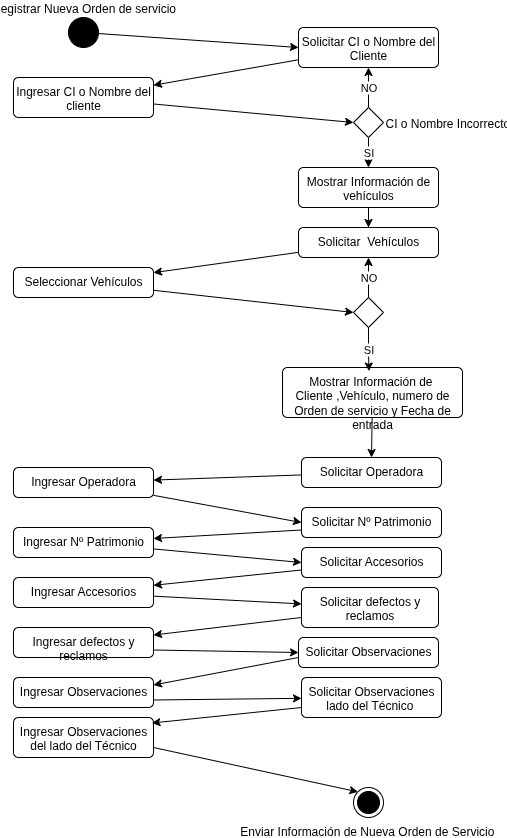
ARCANIK78/-draw-software-architecture keeps this draw.io diagram as SWGT/Diagramde actividaes/3/actividadesOrdenServicio.drawio.png. Above is the earlier version. Source tidied: cells renumbered, new cells last; positions are measured from the earlier drawing's top-left corner, leaving out a move shared by most shapes.
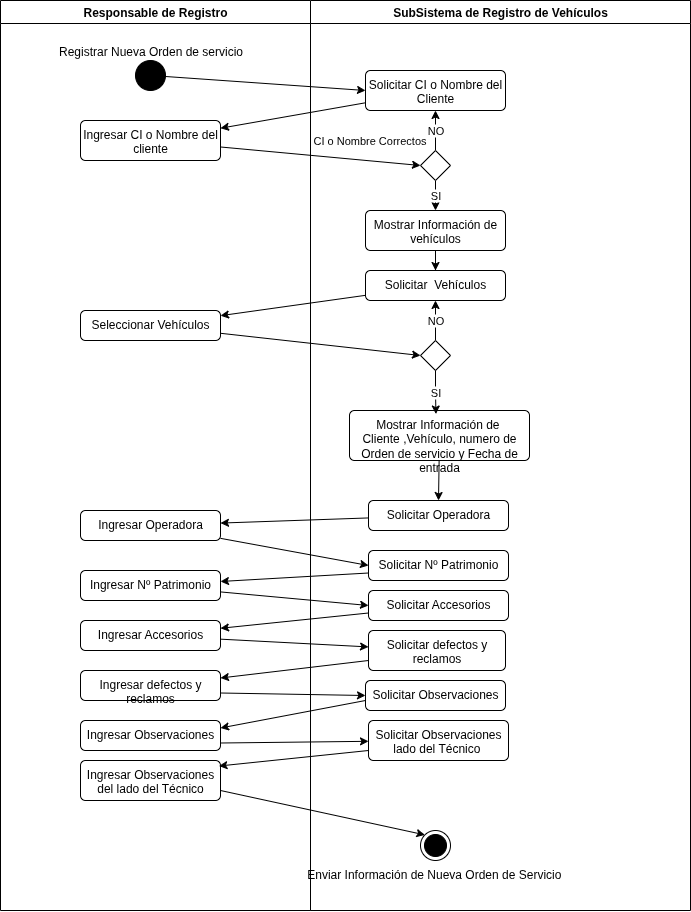
After the change.

Diff of the diagram source:
```diff
@@ -23,11 +23,11 @@
     <mxCell id="8" value="SI" style="edgeStyle=orthogonalEdgeStyle;rounded=0;jettySize=auto;html=1;entryX=0.5;entryY=0;entryDx=0;entryDy=0;" parent="1" edge="1" source="9" target="13">
       <mxGeometry x="0.4" relative="1" as="geometry" />
     </mxCell>
-    <mxCell id="9" value="CI o Nombre Incorrectos" style="rhombus;labelPosition=right;verticalLabelPosition=middle;align=left;verticalAlign=middle;" parent="1" vertex="1">
+    <mxCell id="9" style="rhombus;labelPosition=right;verticalLabelPosition=middle;align=left;verticalAlign=middle;" parent="1" vertex="1">
       <mxGeometry x="340" y="90" width="30" height="30" as="geometry" />
     </mxCell>
-    <mxCell id="10" style="rounded=0;jettySize=auto;html=1;entryX=0;entryY=0.5;entryDx=0;entryDy=0;" parent="1" edge="1" source="11" target="9">
-      <mxGeometry relative="1" as="geometry" />
+    <mxCell id="10" value="CI o Nombre Correctos" style="rounded=0;jettySize=auto;html=1;entryX=0;entryY=0.5;entryDx=0;entryDy=0;" parent="1" edge="1" source="11" target="9">
+      <mxGeometry x="0.48" y="20" relative="1" as="geometry" />
     </mxCell>
     <mxCell id="11" value="Ingresar CI o Nombre del cliente" style="html=1;align=center;verticalAlign=top;rounded=1;absoluteArcSize=1;arcSize=10;dashed=0;whiteSpace=wrap;" parent="1" vertex="1">
       <mxGeometry y="60" width="140" height="40" as="geometry" />
@@ -142,5 +142,11 @@
     <mxCell id="46" value="SI" style="edgeStyle=orthogonalEdgeStyle;rounded=0;jettySize=auto;html=1;entryX=0.48;entryY=0.071;entryDx=0;entryDy=0;entryPerimeter=0;" parent="1" edge="1" source="44" target="18">
       <mxGeometry relative="1" as="geometry" />
     </mxCell>
+    <mxCell id="47" value="Responsable de Registro" style="swimlane;whiteSpace=wrap;html=1;" parent="1" vertex="1">
+      <mxGeometry x="-80" y="-60" width="310" height="910" as="geometry" />
+    </mxCell>
+    <mxCell id="48" value="SubSistema de Registro de Vehículos" style="swimlane;whiteSpace=wrap;html=1;" parent="1" vertex="1">
+      <mxGeometry x="230" y="-60" width="380" height="910" as="geometry" />
+    </mxCell>
   </root>
 </mxGraphModel>
```
